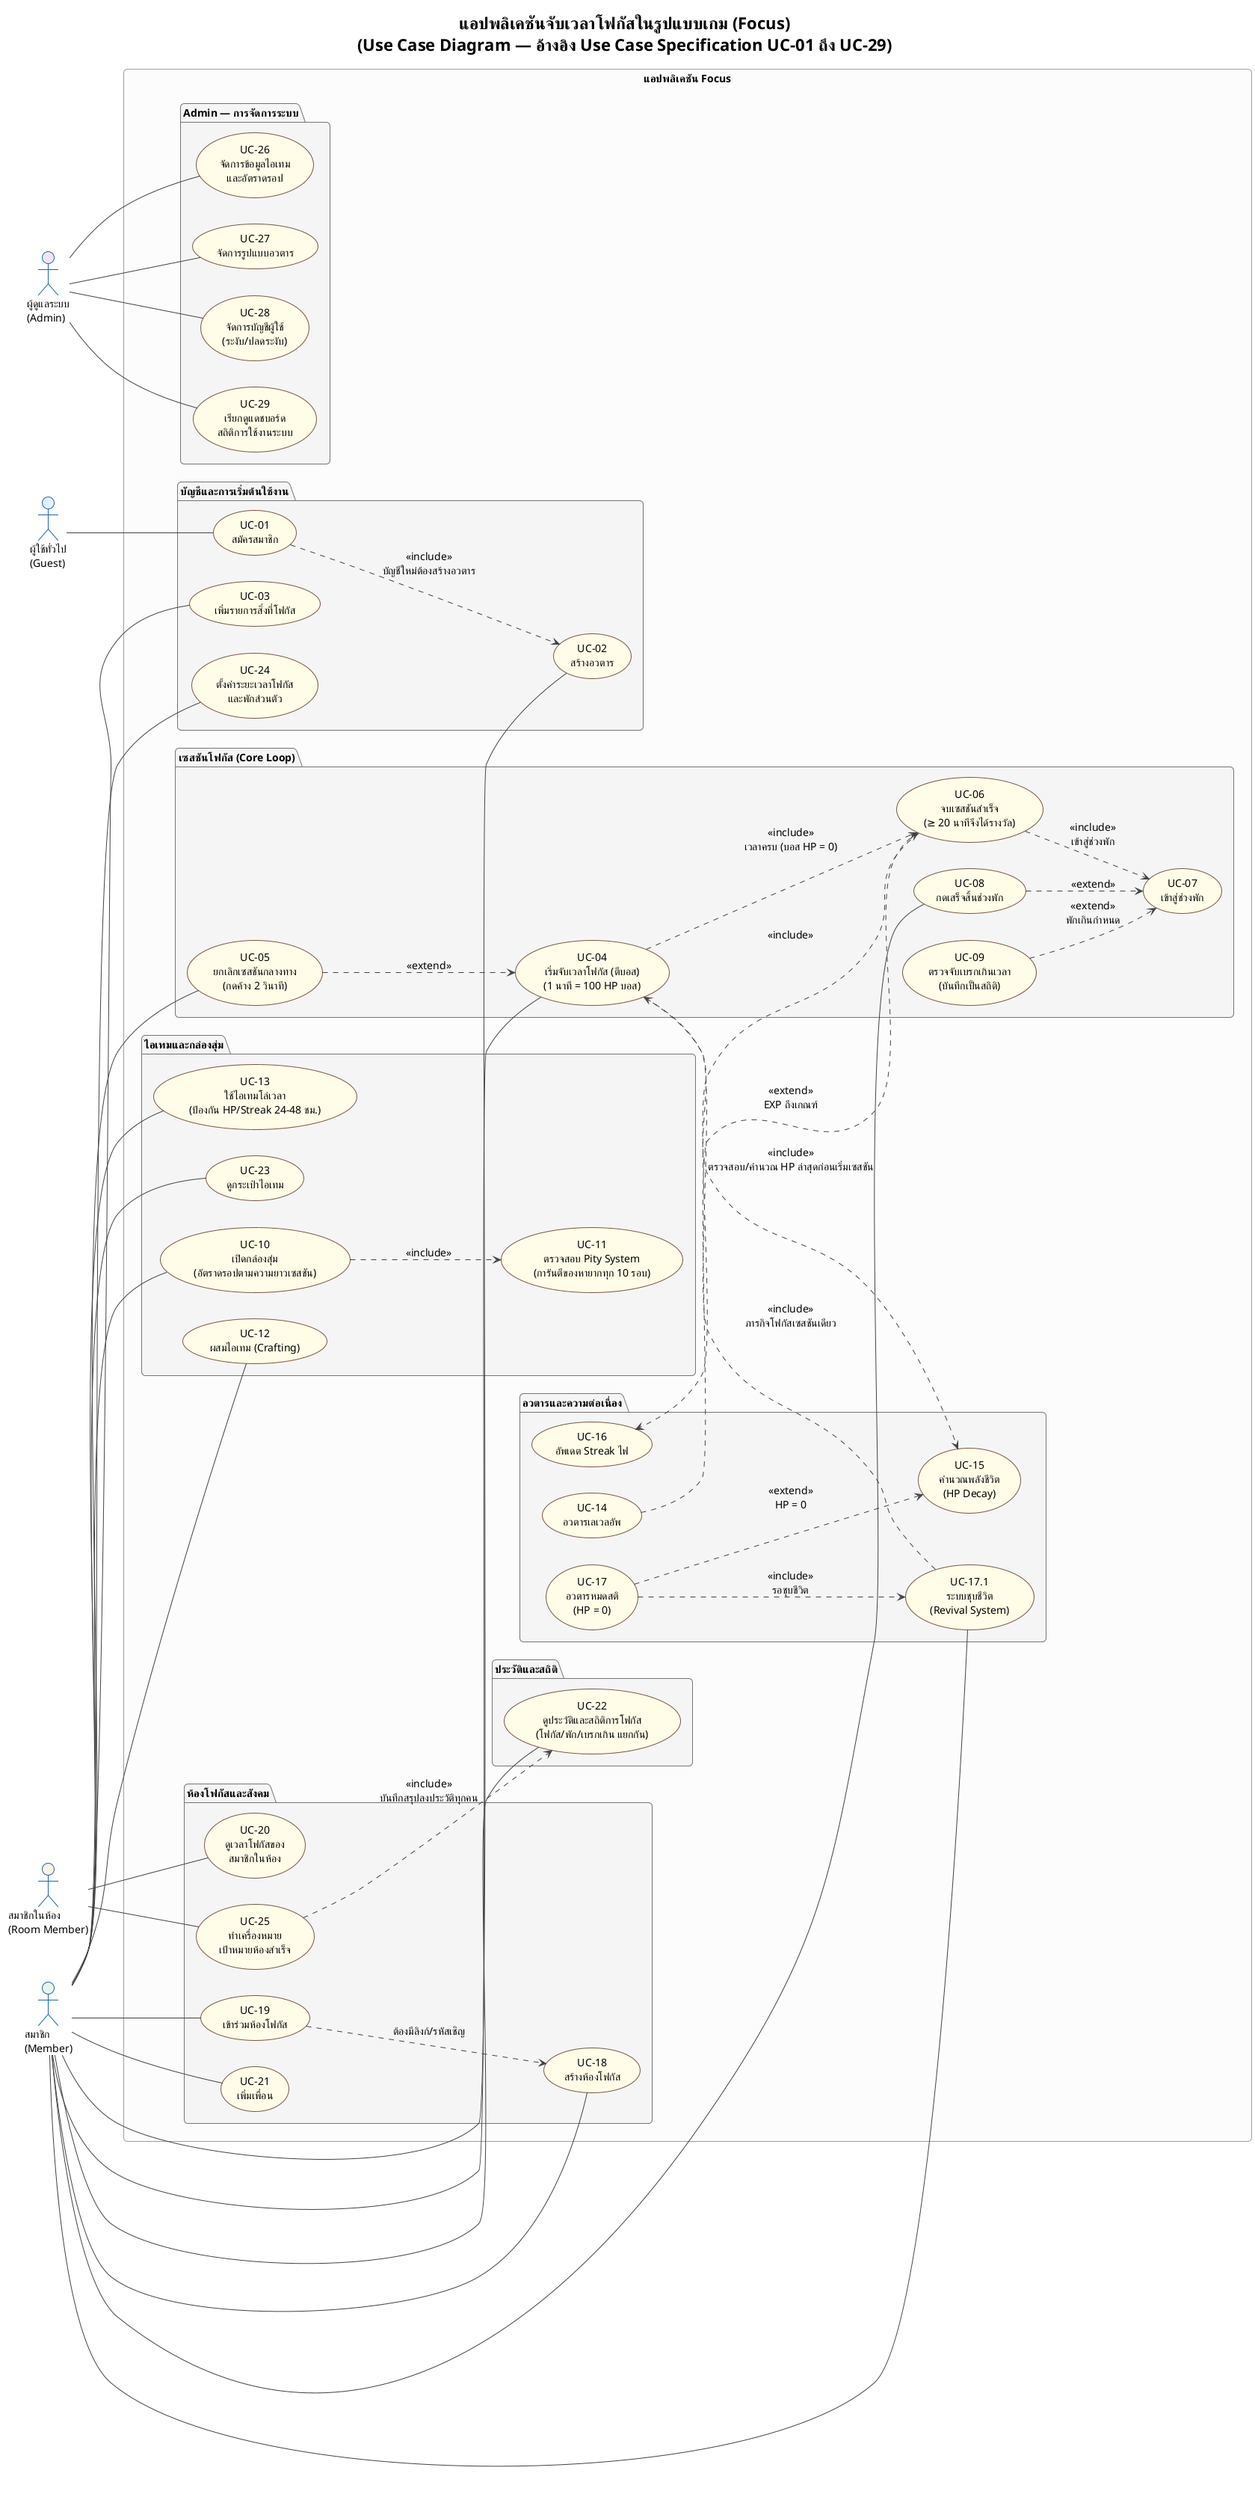
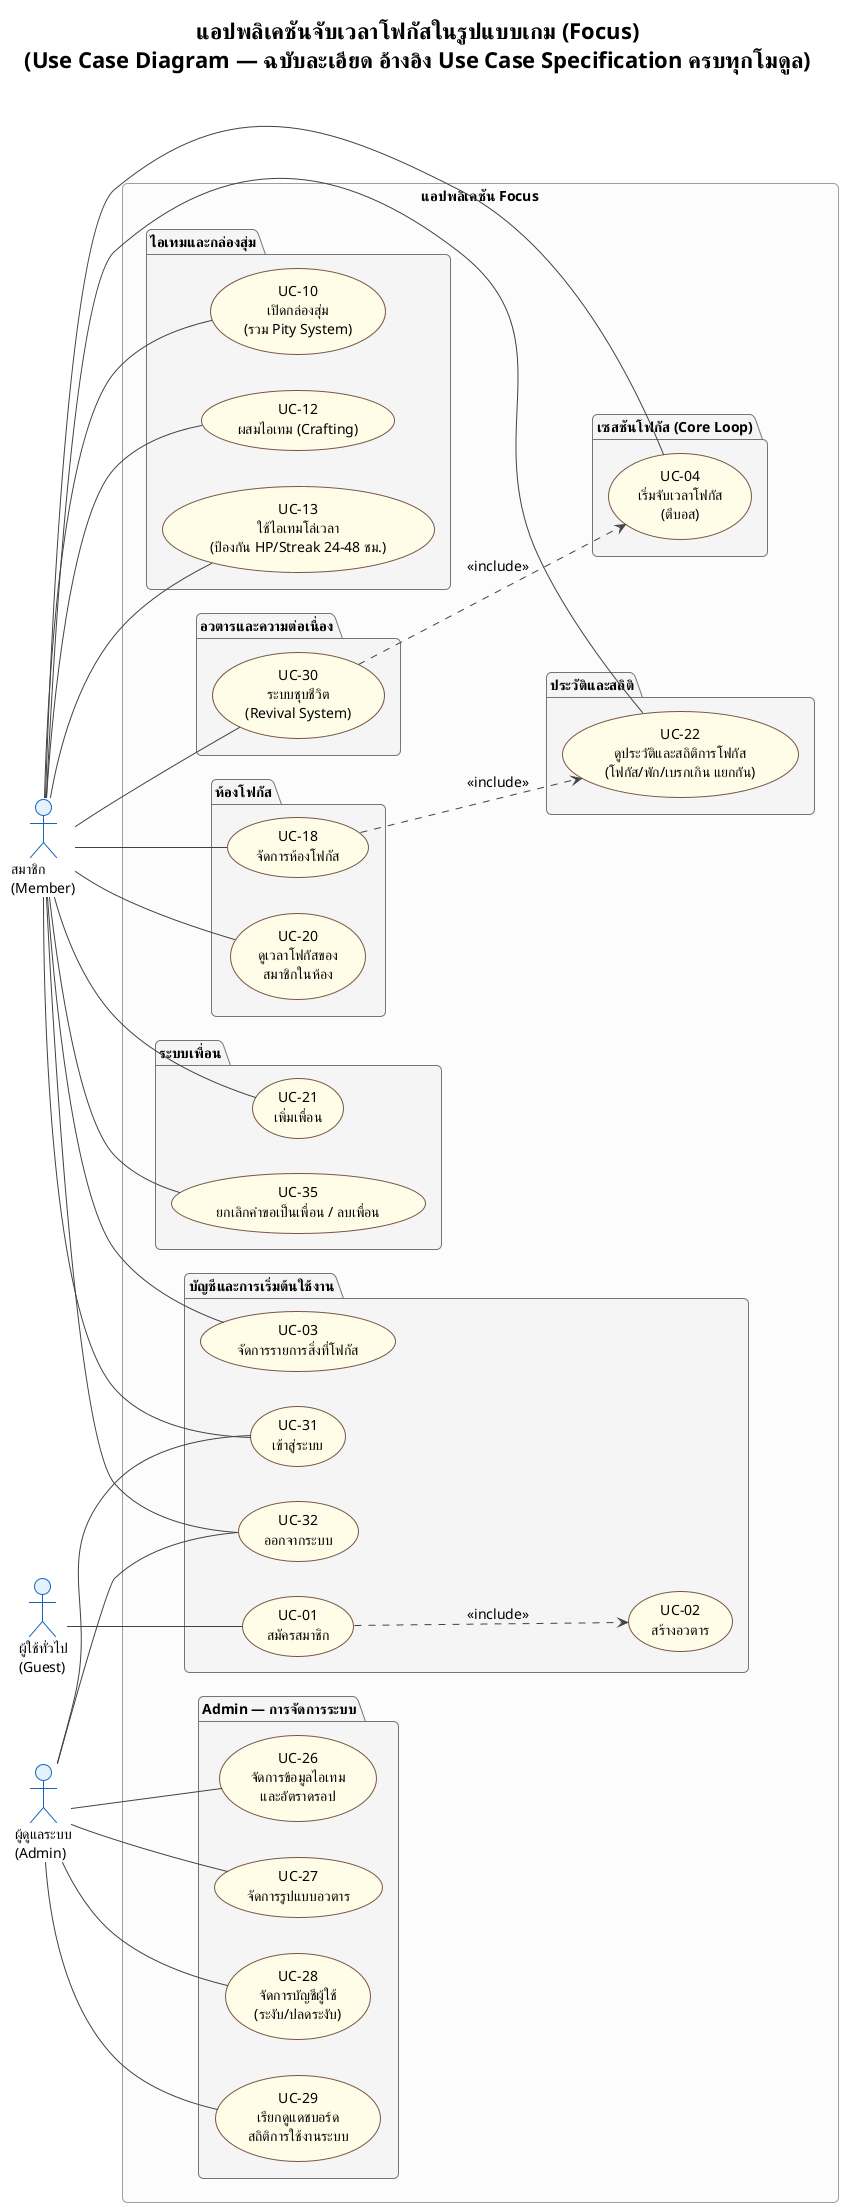
@startuml focus_usecase
!theme plain
skinparam defaultFontName TH Sarabun New
skinparam defaultFontSize 14
skinparam roundcorner 10

skinparam usecase {
  BackgroundColor #FFFDE7
  BorderColor #795548
}
skinparam actor {
  BackgroundColor #E3F2FD
  BorderColor #1565C0
}
skinparam package {
  BackgroundColor #F5F5F5
  BorderColor #757575
  FontStyle bold
}
skinparam rectangle {
  BackgroundColor #FCFCFC
  BorderColor #9E9E9E
}
skinparam ArrowColor #424242
- skinparam noteBackgroundColor #FFF8E1
- skinparam noteBorderColor #FF8F00

- title <b>แอปพลิเคชันจับเวลาโฟกัสในรูปแบบเกม (Focus)</b>\n(Use Case Diagram — อ้างอิง Use Case Specification UC-01 ถึง UC-29)
+ title <b>แอปพลิเคชันจับเวลาโฟกัสในรูปแบบเกม (Focus)</b>\n(Use Case Diagram — ฉบับละเอียด อ้างอิง Use Case Specification ครบทุกโมดูล)

left to right direction

- actor "ผู้ใช้ทั่วไป\n(Guest)" as Guest #E3F2FD
- actor "สมาชิก\n(Member)" as Member #E8F5E9
- actor "สมาชิกในห้อง\n(Room Member)" as RoomMember #FFF3E0
- actor "ผู้ดูแลระบบ\n(Admin)" as Admin #F3E5F5
+ actor "ผู้ใช้ทั่วไป\n(Guest)" as Guest
+ actor "สมาชิก\n(Member)" as Member
+ actor "ผู้ดูแลระบบ\n(Admin)" as Admin

rectangle "แอปพลิเคชัน Focus" {

-   ' ===== บัญชีและการเริ่มต้น =====
+   ' ===== โมดูล 1: บัญชีและการเริ่มต้นใช้งาน =====
  package "บัญชีและการเริ่มต้นใช้งาน" {
    usecase "UC-01\nสมัครสมาชิก" as UC01
    usecase "UC-02\nสร้างอวตาร" as UC02
-     usecase "UC-03\nเพิ่มรายการสิ่งที่โฟกัส" as UC03
-     usecase "UC-24\nตั้งค่าระยะเวลาโฟกัส\nและพักส่วนตัว" as UC24
+     usecase "UC-03\nจัดการรายการสิ่งที่โฟกัส" as UC03
+     usecase "UC-31\nเข้าสู่ระบบ" as UC31
+     usecase "UC-32\nออกจากระบบ" as UC32
  }

-   ' ===== เซสชันโฟกัส =====
+   ' ===== โมดูล 2: เซสชันโฟกัส (Core Loop) =====
  package "เซสชันโฟกัส (Core Loop)" {
-     usecase "UC-04\nเริ่มจับเวลาโฟกัส (ตีบอส)\n(1 นาที = 100 HP บอส)" as UC04
-     usecase "UC-05\nยกเลิกเซสชันกลางทาง\n(กดค้าง 2 วินาที)" as UC05
-     usecase "UC-06\nจบเซสชันสำเร็จ\n(≥ 20 นาทีจึงได้รางวัล)" as UC06
-     usecase "UC-07\nเข้าสู่ช่วงพัก" as UC07
-     usecase "UC-08\nกดเสร็จสิ้นช่วงพัก" as UC08
-     usecase "UC-09\nตรวจจับเบรกเกินเวลา\n(บันทึกเป็นสถิติ)" as UC09
+     usecase "UC-04\nเริ่มจับเวลาโฟกัส\n(ตีบอส)" as UC04
  }

-   ' ===== ไอเทมและกล่องสุ่ม =====
+   ' ===== โมดูล 3: ไอเทมและกล่องสุ่ม =====
  package "ไอเทมและกล่องสุ่ม" {
-     usecase "UC-10\nเปิดกล่องสุ่ม\n(อัตราดรอปตามความยาวเซสชัน)" as UC10
-     usecase "UC-11\nตรวจสอบ Pity System\n(การันตีของหายากทุก 10 รอบ)" as UC11
+     usecase "UC-10\nเปิดกล่องสุ่ม\n(รวม Pity System)" as UC10
    usecase "UC-12\nผสมไอเทม (Crafting)" as UC12
    usecase "UC-13\nใช้ไอเทมโล่เวลา\n(ป้องกัน HP/Streak 24-48 ชม.)" as UC13
-     usecase "UC-23\nดูกระเป๋าไอเทม" as UC23
  }

-   ' ===== อวตาร =====
+   ' ===== โมดูล 4: อวตารและความต่อเนื่อง (ระบบชุบชีวิต) =====
  package "อวตารและความต่อเนื่อง" {
-     usecase "UC-14\nอวตารเลเวลอัพ" as UC14
-     usecase "UC-15\nคำนวณพลังชีวิต\n(HP Decay)" as UC15
-     usecase "UC-16\nอัพเดต Streak ไฟ" as UC16
-     usecase "UC-17\nอวตารหมดสติ\n(HP = 0)" as UC17
-     usecase "UC-17.1\nระบบชุบชีวิต\n(Revival System)" as UC171
+     usecase "UC-30\nระบบชุบชีวิต\n(Revival System)" as UC30
  }

-   ' ===== ห้องโฟกัสและสังคม =====
-   package "ห้องโฟกัสและสังคม" {
-     usecase "UC-18\nสร้างห้องโฟกัส" as UC18
-     usecase "UC-19\nเข้าร่วมห้องโฟกัส" as UC19
+   ' ===== โมดูล 5: ห้องโฟกัสและสังคม =====
+   package "ห้องโฟกัส" {
+     usecase "UC-18\nจัดการห้องโฟกัส" as UC18
    usecase "UC-20\nดูเวลาโฟกัสของ\nสมาชิกในห้อง" as UC20
-     usecase "UC-25\nทำเครื่องหมาย\nเป้าหมายห้องสำเร็จ" as UC25
-     usecase "UC-21\nเพิ่มเพื่อน" as UC21
  }

-   ' ===== สถิติ =====
+   package "ระบบเพื่อน" {
+     usecase "UC-21\nเพิ่มเพื่อน" as UC21
+     usecase "UC-35\nยกเลิกคำขอเป็นเพื่อน / ลบเพื่อน" as UC35
+   }
+ 
+   ' ===== โมดูล 6: ประวัติและสถิติ =====
  package "ประวัติและสถิติ" {
    usecase "UC-22\nดูประวัติและสถิติการโฟกัส\n(โฟกัส/พัก/เบรกเกิน แยกกัน)" as UC22
  }

-   ' ===== Admin =====
+   ' ===== โมดูล 7: Admin — การจัดการระบบ =====
  package "Admin — การจัดการระบบ" {
    usecase "UC-26\nจัดการข้อมูลไอเทม\nและอัตราดรอป" as UC26
    usecase "UC-27\nจัดการรูปแบบอวตาร" as UC27
    usecase "UC-28\nจัดการบัญชีผู้ใช้\n(ระงับ/ปลดระงับ)" as UC28
    usecase "UC-29\nเรียกดูแดชบอร์ด\nสถิติการใช้งานระบบ" as UC29
  }
}

' ===== Guest =====
Guest -- UC01

' ===== Member =====
- Member -- UC02
Member -- UC03
- Member -- UC24
+ Member -- UC31
+ Member -- UC32
Member -- UC04
- Member -- UC05
- Member -- UC08
Member -- UC10
Member -- UC12
Member -- UC13
- Member -- UC23
- Member -- UC171
+ Member -- UC30
Member -- UC18
- Member -- UC19
+ Member -- UC20
Member -- UC21
+ Member -- UC35
Member -- UC22

- ' ===== Room Member =====
- RoomMember -- UC20
- RoomMember -- UC25
- 
' ===== Admin =====
+ Admin -- UC31
+ Admin -- UC32
Admin -- UC26
Admin -- UC27
Admin -- UC28
Admin -- UC29

- ' ===== ความสัมพันธ์หลักของ Core Loop =====
- UC01 ..> UC02 : <<include>>\nบัญชีใหม่ต้องสร้างอวตาร
- UC05 ..> UC04 : <<extend>>
- UC04 ..> UC15 : <<include>>\nตรวจสอบ/คำนวณ HP ล่าสุดก่อนเริ่มเซสชัน
- UC04 ..> UC06 : <<include>>\nเวลาครบ (บอส HP = 0)
- UC06 ..> UC16 : <<include>>
- UC14 ..> UC06 : <<extend>>\nEXP ถึงเกณฑ์
- UC06 ..> UC07 : <<include>>\nเข้าสู่ช่วงพัก
- UC08 ..> UC07 : <<extend>>
- UC09 ..> UC07 : <<extend>>\nพักเกินกำหนด
- 
- ' ===== ไอเทม =====
- UC10 ..> UC11 : <<include>>
- UC17 ..> UC15 : <<extend>>\nHP = 0
- UC17 ..> UC171 : <<include>>\nรอชุบชีวิต
- UC171 ..> UC04 : <<include>>\nภารกิจโฟกัสเซสชันเดียว
- 
- ' ===== สังคม =====
- UC19 ..> UC18 : ต้องมีลิงก์/รหัสเชิญ
- UC25 ..> UC22 : <<include>>\nบันทึกสรุปลงประวัติทุกคน
+ ' ===== ความสัมพันธ์ระหว่าง use case =====
+ UC01 ..> UC02 : <<include>>
+ UC30 ..> UC04 : <<include>>
+ UC18 ..> UC22 : <<include>>

@enduml
